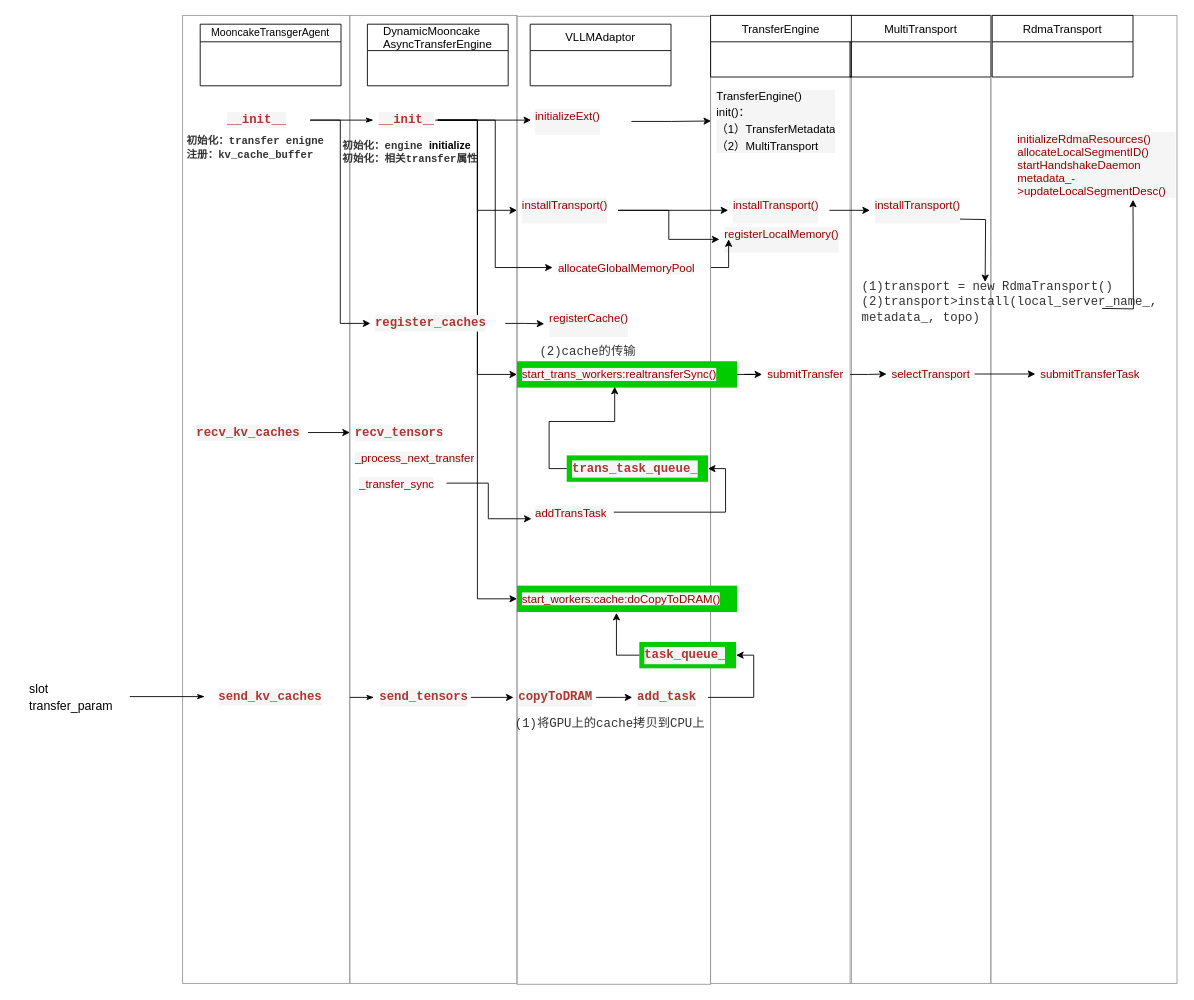
xiuxin121/vllm keeps this draw.io diagram as page "mooncake" (3 of 5) of framework.drawio. Above is the earlier version. Source tidied: cells renumbered, new cells numbered last; positions are measured from the earlier drawing's top-left corner, leaving out a move shared by most shapes. Both pictures are drawn from the tidied source at 88%, with x=0, y=0 at pixel (24, 15).
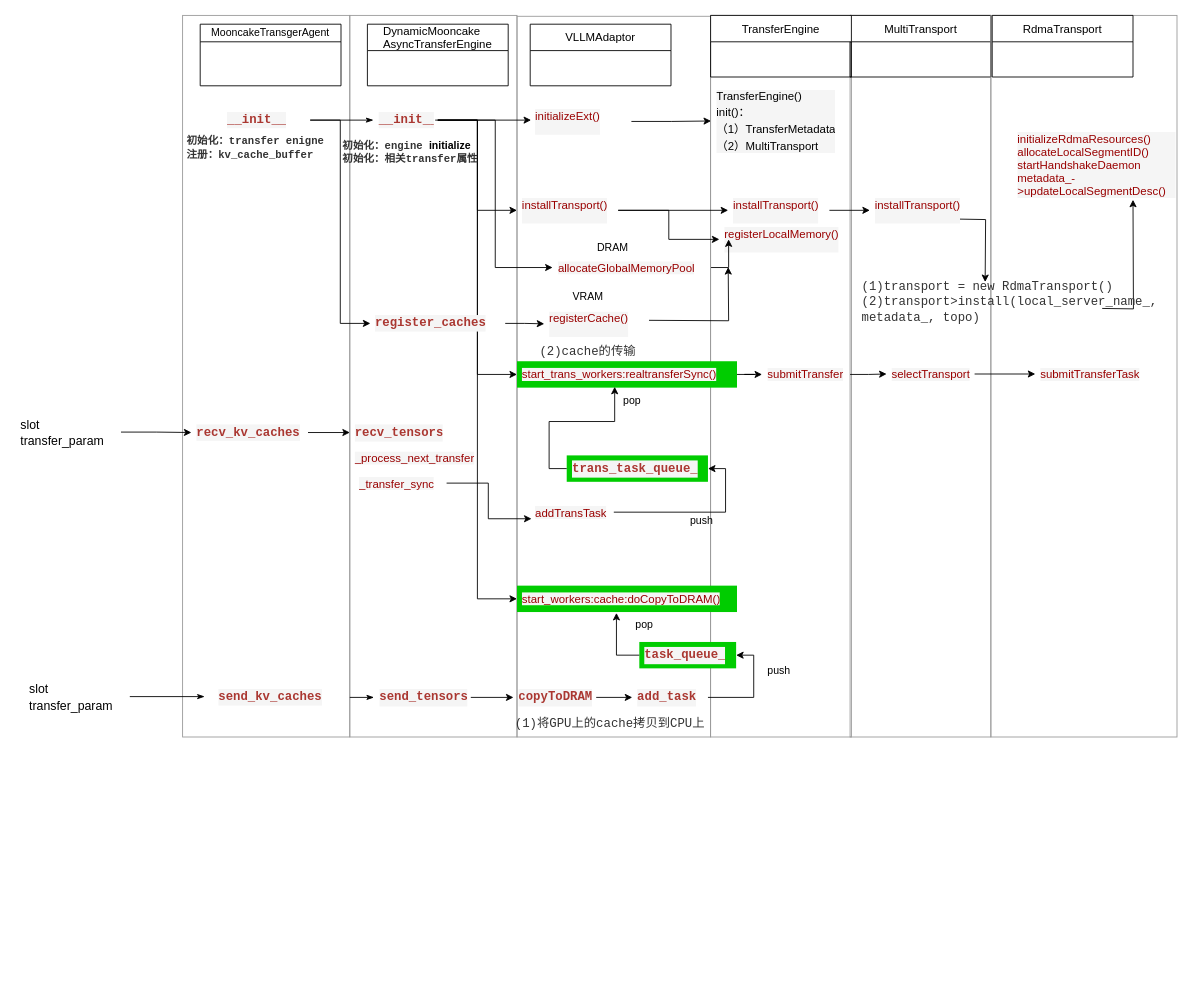
The same diagram, later.

Unchanged cells that the change refers to:
```xml
<mxCell id="9" value="&lt;div style=&quot;color: rgb(51, 51, 51); background-color: rgb(245, 245, 245); font-family: Consolas, &amp;quot;Courier New&amp;quot;, monospace; font-size: 14px; line-height: 19px;&quot;&gt;&lt;span style=&quot;color: rgb(170, 55, 49); font-weight: bold;&quot;&gt;recv_kv_caches&lt;/span&gt;&lt;/div&gt;" style="text;strokeColor=none;fillColor=none;align=left;verticalAlign=middle;spacingLeft=4;spacingRight=4;overflow=hidden;points=[[0,0.5],[1,0.5]];portConstraint=eastwest;whiteSpace=wrap;html=1;" parent="1" vertex="1">
  <mxGeometry x="190" y="459" width="132.5" height="30" as="geometry" />
</mxCell>
```

Diff of the diagram source:
```diff
@@
     <mxCell id="2" style="whiteSpace=wrap;html=1;labelBackgroundColor=none;fontFamily=Helvetica;fillColor=none;strokeColor=#999999;" parent="1" vertex="1">
-      <mxGeometry x="780" width="160" height="1100" as="geometry" />
+      <mxGeometry x="780" width="160" height="820" as="geometry" />
     </mxCell>
     <mxCell id="3" style="whiteSpace=wrap;html=1;labelBackgroundColor=none;fontFamily=Helvetica;fillColor=none;strokeColor=#999999;" parent="1" vertex="1">
-      <mxGeometry x="560" y="1" width="220" height="1100" as="geometry" />
+      <mxGeometry x="560" y="1" width="220" height="819" as="geometry" />
     </mxCell>
     <mxCell id="4" style="whiteSpace=wrap;html=1;labelBackgroundColor=none;fontFamily=Helvetica;fillColor=none;strokeColor=#999999;" parent="1" vertex="1">
-      <mxGeometry x="370" width="190" height="1100" as="geometry" />
+      <mxGeometry x="370" width="190" height="820" as="geometry" />
     </mxCell>
     <mxCell id="5" style="whiteSpace=wrap;html=1;labelBackgroundColor=none;fontFamily=Helvetica;fillColor=none;strokeColor=#999999;" parent="1" vertex="1">
-      <mxGeometry x="180" width="190" height="1100" as="geometry" />
+      <mxGeometry x="180" width="190" height="820" as="geometry" />
     </mxCell>
@@
     <mxCell id="31" style="whiteSpace=wrap;html=1;labelBackgroundColor=none;fontFamily=Helvetica;fillColor=none;strokeColor=#999999;" parent="1" vertex="1">
-      <mxGeometry x="938.5" width="160" height="1100" as="geometry" />
+      <mxGeometry x="938.5" width="160" height="820" as="geometry" />
     </mxCell>
@@
     <mxCell id="34" style="whiteSpace=wrap;html=1;labelBackgroundColor=none;fontFamily=Helvetica;fillColor=none;strokeColor=#999999;" parent="1" vertex="1">
-      <mxGeometry x="1098.5" width="211.5" height="1100" as="geometry" />
+      <mxGeometry x="1098.5" width="211.5" height="820" as="geometry" />
     </mxCell>
@@
+    <mxCell id="76" style="edgeStyle=orthogonalEdgeStyle;rounded=0;orthogonalLoop=1;jettySize=auto;html=1;" parent="1" edge="1">
+      <mxGeometry relative="1" as="geometry">
+        <mxPoint x="710" y="346.5" as="sourcePoint" />
+        <mxPoint x="800" y="286" as="targetPoint" />
+      </mxGeometry>
+    </mxCell>
     <mxCell id="51" value="&lt;div style=&quot;background-color: rgb(245, 245, 245); font-family: Consolas, &amp;quot;Courier New&amp;quot;, monospace; font-size: 14px; line-height: 19px;&quot;&gt;&lt;div style=&quot;line-height: 19px;&quot;&gt;&lt;p style=&quot;margin: 0px; font-variant-numeric: normal; font-variant-east-asian: normal; font-variant-alternates: normal; font-size-adjust: none; font-kerning: auto; font-optical-sizing: auto; font-feature-settings: normal; font-variation-settings: normal; font-variant-position: normal; font-variant-emoji: normal; font-stretch: normal; font-size: 13px; line-height: normal; font-family: &amp;quot;PingFang SC&amp;quot;;&quot; class=&quot;p1&quot;&gt;&lt;font style=&quot;color: rgb(153, 0, 0);&quot;&gt;registerCache()&lt;/font&gt;&lt;/p&gt;&lt;p style=&quot;margin: 0px; font-variant-numeric: normal; font-variant-east-asian: normal; font-variant-alternates: normal; font-size-adjust: none; font-kerning: auto; font-optical-sizing: auto; font-feature-settings: normal; font-variation-settings: normal; font-variant-position: normal; font-variant-emoji: normal; font-stretch: normal; font-size: 13px; line-height: normal; font-family: &amp;quot;PingFang SC&amp;quot;;&quot; class=&quot;p1&quot;&gt;&lt;font style=&quot;color: rgb(153, 0, 0);&quot;&gt;&lt;/font&gt;&lt;/p&gt;&lt;p style=&quot;margin: 0px; font-variant-numeric: normal; font-variant-east-asian: normal; font-variant-alternates: normal; font-size-adjust: none; font-kerning: auto; font-optical-sizing: auto; font-feature-settings: normal; font-variation-settings: normal; font-variant-position: normal; font-variant-emoji: normal; font-stretch: normal; font-size: 13px; line-height: normal; font-family: &amp;quot;PingFang SC&amp;quot;;&quot; class=&quot;p1&quot;&gt;&lt;br&gt;&lt;/p&gt;&lt;/div&gt;&lt;/div&gt;" style="text;strokeColor=none;fillColor=none;align=left;verticalAlign=middle;spacingLeft=4;spacingRight=4;overflow=hidden;points=[[0,0.5],[1,0.5]];portConstraint=eastwest;whiteSpace=wrap;html=1;" parent="1" vertex="1">
-      <mxGeometry x="591" y="334" width="155" height="33" as="geometry" />
+      <mxGeometry x="591" y="334" width="119" height="33" as="geometry" />
     </mxCell>
@@
+    <mxCell id="77" style="edgeStyle=orthogonalEdgeStyle;rounded=0;jettySize=auto;html=1;entryX=0;entryY=0.5;entryDx=0;entryDy=0;" parent="1" edge="1" source="78" target="9">
+      <mxGeometry relative="1" as="geometry" />
+    </mxCell>
+    <mxCell id="78" value="&lt;div style=&quot;font-size: 14px; line-height: 19px;&quot;&gt;&lt;font&gt;&lt;span&gt;slot&lt;/span&gt;&lt;/font&gt;&lt;/div&gt;&lt;div style=&quot;font-size: 14px; line-height: 19px;&quot;&gt;&lt;font&gt;&lt;span&gt;transfer_param&lt;/span&gt;&lt;/font&gt;&lt;/div&gt;" style="text;align=left;verticalAlign=middle;spacingLeft=4;spacingRight=4;overflow=hidden;points=[[0,0.5],[1,0.5]];portConstraint=eastwest;whiteSpace=wrap;html=1;fontFamily=Helvetica;labelBackgroundColor=none;fontStyle=0;fontColor=default;" parent="1" vertex="1">
+      <mxGeometry x="-10" y="433.5" width="120" height="80" as="geometry" />
+    </mxCell>
+    <mxCell id="79" value="DRAM" style="text;html=1;align=center;verticalAlign=middle;whiteSpace=wrap;rounded=0;" parent="1" vertex="1">
+      <mxGeometry x="639" y="248.5" width="60" height="30" as="geometry" />
+    </mxCell>
+    <mxCell id="80" value="VRAM" style="text;html=1;align=center;verticalAlign=middle;whiteSpace=wrap;rounded=0;" parent="1" vertex="1">
+      <mxGeometry x="611.3" y="305" width="60" height="30" as="geometry" />
+    </mxCell>
+    <mxCell id="81" value="push" style="text;html=1;align=center;verticalAlign=middle;whiteSpace=wrap;rounded=0;" parent="1" vertex="1">
+      <mxGeometry x="827.5" y="730" width="60" height="30" as="geometry" />
+    </mxCell>
+    <mxCell id="82" value="pop" style="text;html=1;align=center;verticalAlign=middle;whiteSpace=wrap;rounded=0;" parent="1" vertex="1">
+      <mxGeometry x="675" y="678" width="60" height="30" as="geometry" />
+    </mxCell>
+    <mxCell id="83" value="push" style="text;html=1;align=center;verticalAlign=middle;whiteSpace=wrap;rounded=0;" parent="1" vertex="1">
+      <mxGeometry x="740" y="560" width="60" height="30" as="geometry" />
+    </mxCell>
+    <mxCell id="84" value="pop" style="text;html=1;align=center;verticalAlign=middle;whiteSpace=wrap;rounded=0;" parent="1" vertex="1">
+      <mxGeometry x="660.5" y="423" width="60" height="30" as="geometry" />
+    </mxCell>
```
